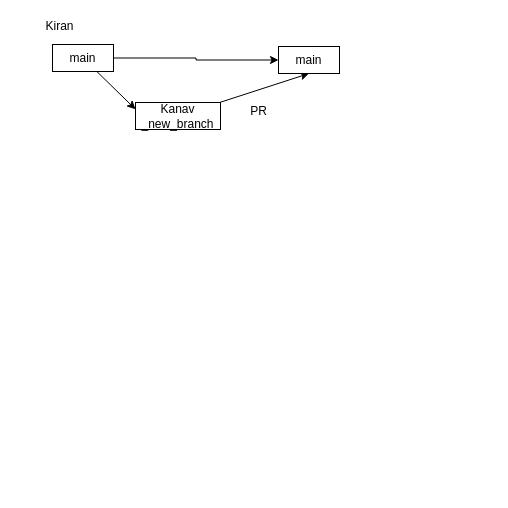
Above: images/branching-stratergy.drawio in adithnaveen/sapient-freshers-2021-jun-asde (draw.io), before the change. Source tidied: cells renumbered, new cells numbered last; positions are measured from the earlier drawing's top-left corner, leaving out a move shared by most shapes. Both pictures are drawn from the tidied source at 100%, with x=0, y=0 at pixel (40, 17).
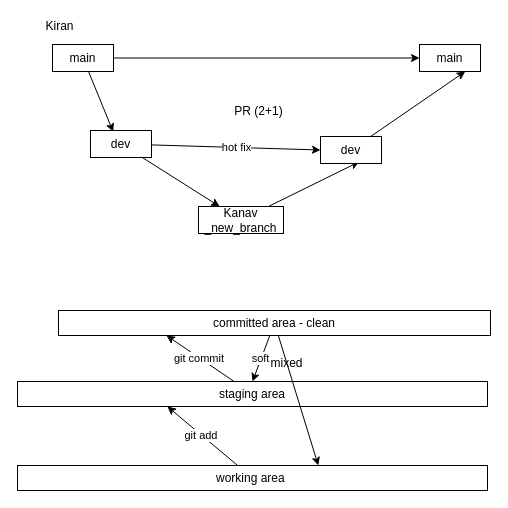
Above is the later version.

Unchanged cells that the change refers to:
```xml
<mxCell id="4" value="main" style="rounded=0;whiteSpace=wrap;html=1;" parent="1" vertex="1">
  <mxGeometry x="12" y="27" width="61" height="27" as="geometry" />
</mxCell>
```

The edit, as a diff of the source:
```diff
@@
-    <mxCell id="3" style="rounded=0;jettySize=auto;html=1;entryX=0;entryY=0.25;entryDx=0;entryDy=0;" parent="1" edge="1" source="4" target="6">
-      <mxGeometry relative="1" as="geometry" />
-    </mxCell>
+    <mxCell id="10" style="edgeStyle=none;rounded=0;jettySize=auto;html=1;entryX=0.372;entryY=0.049;entryDx=0;entryDy=0;entryPerimeter=0;" parent="1" edge="1" source="4" target="14">
+      <mxGeometry relative="1" as="geometry" />
+    </mxCell>
@@
-    <mxCell id="5" style="edgeStyle=none;rounded=0;jettySize=auto;html=1;entryX=0.5;entryY=1;entryDx=0;entryDy=0;" parent="1" edge="1" source="6" target="8">
-      <mxGeometry relative="1" as="geometry" />
-    </mxCell>
+    <mxCell id="11" style="edgeStyle=none;rounded=0;jettySize=auto;html=1;entryX=0.634;entryY=0.938;entryDx=0;entryDy=0;entryPerimeter=0;" parent="1" edge="1" source="6" target="16">
+      <mxGeometry relative="1" as="geometry" />
+    </mxCell>
     <mxCell id="6" value="Kanav&lt;br&gt;_new_branch" style="rounded=0;whiteSpace=wrap;html=1;" parent="1" vertex="1">
-      <mxGeometry x="95" y="85" width="85" height="27" as="geometry" />
+      <mxGeometry x="158" y="189" width="85" height="27" as="geometry" />
     </mxCell>
@@
     <mxCell id="8" value="main" style="rounded=0;whiteSpace=wrap;html=1;" parent="1" vertex="1">
-      <mxGeometry x="238" y="29" width="61" height="27" as="geometry" />
+      <mxGeometry x="379" y="27" width="61" height="27" as="geometry" />
     </mxCell>
-    <mxCell id="9" value="PR" style="text;html=1;align=center;verticalAlign=middle;" parent="1" vertex="1">
-      <mxGeometry x="204" y="85" width="27" height="17" as="geometry" />
+    <mxCell id="9" value="PR (2+1)" style="text;html=1;align=center;verticalAlign=middle;" parent="1" vertex="1">
+      <mxGeometry x="189" y="85" width="58" height="17" as="geometry" />
     </mxCell>
+    <mxCell id="12" value="hot fix" style="edgeStyle=none;rounded=0;jettySize=auto;html=1;entryX=0;entryY=0.5;entryDx=0;entryDy=0;" parent="1" edge="1" source="14" target="16">
+      <mxGeometry relative="1" as="geometry" />
+    </mxCell>
+    <mxCell id="13" style="edgeStyle=none;rounded=0;jettySize=auto;html=1;" parent="1" edge="1" source="14" target="6">
+      <mxGeometry relative="1" as="geometry" />
+    </mxCell>
+    <mxCell id="14" value="dev" style="rounded=0;whiteSpace=wrap;html=1;" parent="1" vertex="1">
+      <mxGeometry x="50" y="113" width="61" height="27" as="geometry" />
+    </mxCell>
+    <mxCell id="15" style="edgeStyle=none;rounded=0;jettySize=auto;html=1;entryX=0.75;entryY=1;entryDx=0;entryDy=0;" parent="1" edge="1" source="16" target="8">
+      <mxGeometry relative="1" as="geometry" />
+    </mxCell>
+    <mxCell id="16" value="dev" style="rounded=0;whiteSpace=wrap;html=1;" parent="1" vertex="1">
+      <mxGeometry x="280" y="119" width="61" height="27" as="geometry" />
+    </mxCell>
+    <mxCell id="17" value="git add&amp;nbsp;" style="edgeStyle=none;rounded=0;jettySize=auto;html=1;entryX=0.319;entryY=1;entryDx=0;entryDy=0;entryPerimeter=0;" parent="1" edge="1" source="18" target="20">
+      <mxGeometry relative="1" as="geometry" />
+    </mxCell>
+    <mxCell id="18" value="working area&amp;nbsp;" style="rounded=0;whiteSpace=wrap;html=1;" parent="1" vertex="1">
+      <mxGeometry x="-23" y="448" width="470" height="25" as="geometry" />
+    </mxCell>
+    <mxCell id="19" value="git commit&amp;nbsp;" style="edgeStyle=none;rounded=0;jettySize=auto;html=1;entryX=0.25;entryY=1;entryDx=0;entryDy=0;" parent="1" edge="1" source="20" target="23">
+      <mxGeometry relative="1" as="geometry" />
+    </mxCell>
+    <mxCell id="20" value="staging area" style="rounded=0;whiteSpace=wrap;html=1;" parent="1" vertex="1">
+      <mxGeometry x="-23" y="364" width="470" height="25" as="geometry" />
+    </mxCell>
+    <mxCell id="21" value="soft" style="edgeStyle=none;rounded=0;jettySize=auto;html=1;entryX=0.5;entryY=0;entryDx=0;entryDy=0;" parent="1" edge="1" source="23" target="20">
+      <mxGeometry relative="1" as="geometry" />
+    </mxCell>
+    <mxCell id="22" style="edgeStyle=none;rounded=0;jettySize=auto;html=1;entryX=0.64;entryY=0;entryDx=0;entryDy=0;entryPerimeter=0;" parent="1" edge="1" source="23" target="18">
+      <mxGeometry relative="1" as="geometry" />
+    </mxCell>
+    <mxCell id="23" value="committed area - clean" style="rounded=0;whiteSpace=wrap;html=1;" parent="1" vertex="1">
+      <mxGeometry x="18" y="293" width="432" height="25" as="geometry" />
+    </mxCell>
+    <mxCell id="24" value="mixed" style="text;html=1;align=center;verticalAlign=middle;" parent="1" vertex="1">
+      <mxGeometry x="225" y="337" width="42" height="17" as="geometry" />
+    </mxCell>
```
